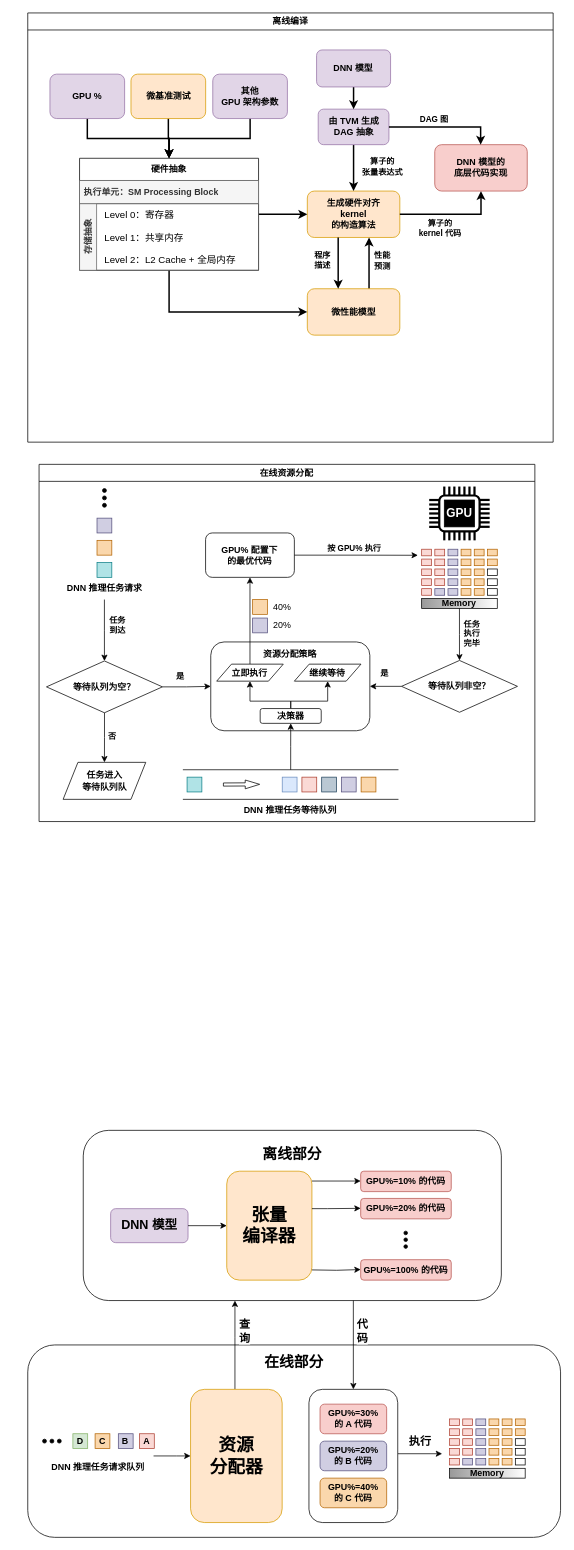
JiaminL/DrawIO keeps this draw.io diagram as Untitled Diagram.drawio. Above is the earlier version. Source tidied: cells renumbered, new cells numbered last; positions are measured from the earlier drawing's top-left corner, leaving out a move shared by most shapes. Both pictures are drawn from the tidied source at 74%, with x=0, y=0 at pixel (27, 13).
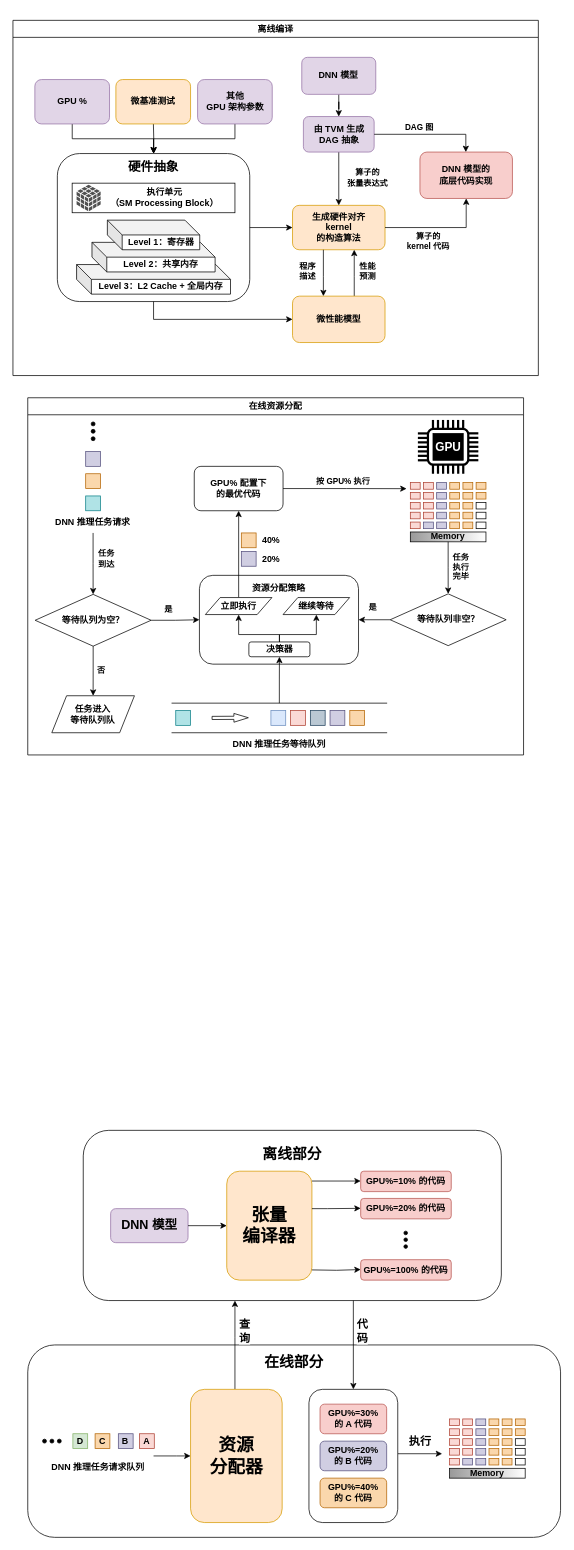
The same page after the edit.

The change refers to these unchanged cells:
```xml
<mxCell id="7" value="由 TVM 生成 &lt;br&gt;DAG 抽象" style="rounded=1;whiteSpace=wrap;html=1;fillColor=#e1d5e7;strokeColor=#9673a6;fontStyle=1;" parent="3" vertex="1">
  <mxGeometry x="392.5" y="130" width="95.6" height="48" as="geometry" />
</mxCell>
<mxCell id="10" value="微性能模型" style="rounded=1;whiteSpace=wrap;html=1;fillColor=#ffe6cc;strokeColor=#d79b00;fontStyle=1;" parent="3" vertex="1">
  <mxGeometry x="377.8" y="372.7" width="125" height="62.7" as="geometry" />
</mxCell>
<mxCell id="23" value="DNN 模型的&lt;br&gt;底层代码实现" style="whiteSpace=wrap;html=1;rounded=1;fillColor=#f8cecc;strokeColor=#b85450;fontStyle=1;" parent="3" vertex="1">
  <mxGeometry x="550" y="178" width="125" height="62.7" as="geometry" />
</mxCell>
<mxCell id="31" value="DNN 模型" style="rounded=1;whiteSpace=wrap;html=1;fillColor=#e1d5e7;strokeColor=#9673a6;fontStyle=1;" parent="3" vertex="1">
  <mxGeometry x="390.3" y="50" width="100" height="50" as="geometry" />
</mxCell>
```

What changed in the source:
```diff
@@
     <mxCell id="3" value="离线编译" style="swimlane;whiteSpace=wrap;html=1;fontStyle=1;" parent="1" vertex="1">
-      <mxGeometry width="710" height="580" as="geometry" />
+      <mxGeometry x="-20" y="10" width="710" height="480" as="geometry" />
     </mxCell>
     <mxCell id="4" value="生成硬件对齐&lt;br&gt;kernel &lt;br&gt;的构造算法" style="rounded=1;whiteSpace=wrap;html=1;fillColor=#ffe6cc;strokeColor=#d79b00;fontStyle=1;" parent="3" vertex="1">
-      <mxGeometry x="377.8" y="240.7" width="125" height="62.7" as="geometry" />
+      <mxGeometry x="377.8" y="250" width="125" height="60" as="geometry" />
     </mxCell>
-    <mxCell id="5" style="edgeStyle=orthogonalEdgeStyle;rounded=0;jettySize=auto;html=1;fontStyle=1;strokeWidth=2;" parent="3" edge="1" source="7" target="4">
+    <mxCell id="5" style="edgeStyle=orthogonalEdgeStyle;rounded=0;jettySize=auto;html=1;fontStyle=1;strokeWidth=1;" parent="3" edge="1" source="7" target="4">
       <mxGeometry relative="1" as="geometry" />
     </mxCell>
@@
-    <mxCell id="8" style="edgeStyle=orthogonalEdgeStyle;rounded=0;jettySize=auto;html=1;fontStyle=1;strokeWidth=2;" parent="3" edge="1" source="10" target="4">
+    <mxCell id="8" style="edgeStyle=orthogonalEdgeStyle;rounded=0;jettySize=auto;html=1;fontStyle=1;strokeWidth=1;" parent="3" edge="1" source="10" target="4">
       <mxGeometry relative="1" as="geometry">
         <Array as="points">
           <mxPoint x="461.2" y="345.9" />
           <mxPoint x="461.2" y="345.9" />
         </Array>
       </mxGeometry>
     </mxCell>
@@
-    <mxCell id="11" style="edgeStyle=orthogonalEdgeStyle;rounded=0;jettySize=auto;html=1;fontStyle=1;strokeWidth=2;" parent="3" edge="1" source="4" target="10">
+    <mxCell id="11" style="edgeStyle=orthogonalEdgeStyle;rounded=0;jettySize=auto;html=1;fontStyle=1;strokeWidth=1;" parent="3" edge="1" source="4" target="10">
       <mxGeometry relative="1" as="geometry">
         <Array as="points">
           <mxPoint x="419.5" y="345.9" />
           <mxPoint x="419.5" y="345.9" />
         </Array>
       </mxGeometry>
     </mxCell>
@@
-    <mxCell id="13" style="edgeStyle=orthogonalEdgeStyle;rounded=0;jettySize=auto;html=1;entryX=0;entryY=0.5;entryDx=0;entryDy=0;fontStyle=1;strokeWidth=2;" parent="3" edge="1" source="15" target="4">
-      <mxGeometry relative="1" as="geometry" />
-    </mxCell>
-    <mxCell id="14" style="edgeStyle=orthogonalEdgeStyle;rounded=0;jettySize=auto;html=1;entryX=0;entryY=0.5;entryDx=0;entryDy=0;fontStyle=1;strokeWidth=2;" parent="3" edge="1" source="15" target="10">
-      <mxGeometry relative="1" as="geometry">
-        <Array as="points">
-          <mxPoint x="190" y="404" />
-        </Array>
-      </mxGeometry>
-    </mxCell>
-    <mxCell id="15" value="硬件抽象" style="swimlane;fontStyle=1;horizontal=1;startSize=30;whiteSpace=wrap;html=1;" parent="3" vertex="1">
-      <mxGeometry x="70" y="196.4" width="241.9" height="151.4" as="geometry" />
-    </mxCell>
-    <mxCell id="16" value="执行单元：SM Processing Block" style="text;align=left;verticalAlign=middle;spacingLeft=4;spacingRight=4;overflow=hidden;whiteSpace=wrap;html=1;fontStyle=1;rounded=0;fillColor=#f5f5f5;fontColor=#333333;strokeColor=#666666;" parent="15" vertex="1">
-      <mxGeometry y="30" width="241.9" height="31.4" as="geometry" />
-    </mxCell>
-    <mxCell id="17" value="存储抽象" style="swimlane;horizontal=0;whiteSpace=wrap;html=1;fillColor=#f5f5f5;fontColor=#333333;strokeColor=#666666;fontStyle=1;" parent="15" vertex="1">
-      <mxGeometry y="61.4" width="241.9" height="90" as="geometry" />
-    </mxCell>
-    <mxCell id="18" value="&lt;span style=&quot;font-size: 13px;&quot;&gt;Level 0：寄存器&lt;br&gt;&lt;br&gt;Level 1：共享内存&lt;br&gt;&lt;br&gt;Level 2：L2 Cache + 全局内存&lt;br&gt;&lt;/span&gt;" style="text;html=1;align=left;verticalAlign=middle;strokeColor=none;fillColor=none;fontStyle=0;" parent="17" vertex="1">
-      <mxGeometry x="31.9" width="200" height="90" as="geometry" />
-    </mxCell>
-    <mxCell id="19" style="edgeStyle=orthogonalEdgeStyle;rounded=0;jettySize=auto;html=1;entryX=0.5;entryY=0;entryDx=0;entryDy=0;fontStyle=1;strokeWidth=2;" parent="3" edge="1" source="27" target="15">
-      <mxGeometry relative="1" as="geometry" />
-    </mxCell>
-    <mxCell id="20" style="edgeStyle=orthogonalEdgeStyle;rounded=0;jettySize=auto;html=1;entryX=0.5;entryY=0;entryDx=0;entryDy=0;fontStyle=1;strokeWidth=2;" parent="3" edge="1" source="28" target="15">
-      <mxGeometry relative="1" as="geometry" />
-    </mxCell>
-    <mxCell id="21" style="edgeStyle=orthogonalEdgeStyle;rounded=0;jettySize=auto;html=1;entryX=0.5;entryY=1;entryDx=0;entryDy=0;exitX=1;exitY=0.5;exitDx=0;exitDy=0;fontStyle=1;strokeWidth=2;" parent="3" edge="1" source="4" target="23">
+    <mxCell id="21" style="edgeStyle=orthogonalEdgeStyle;rounded=0;jettySize=auto;html=1;entryX=0.5;entryY=1;entryDx=0;entryDy=0;exitX=1;exitY=0.5;exitDx=0;exitDy=0;fontStyle=1;strokeWidth=1;" parent="3" edge="1" source="4" target="23">
       <mxGeometry relative="1" as="geometry" />
     </mxCell>
@@
-    <mxCell id="24" style="edgeStyle=orthogonalEdgeStyle;rounded=0;jettySize=auto;html=1;fontStyle=1;strokeWidth=2;" parent="3" edge="1" source="7" target="23">
+    <mxCell id="24" style="edgeStyle=orthogonalEdgeStyle;rounded=0;jettySize=auto;html=1;fontStyle=1;strokeWidth=1;" parent="3" edge="1" source="7" target="23">
       <mxGeometry relative="1" as="geometry">
         <Array as="points">
           <mxPoint x="612" y="154" />
         </Array>
       </mxGeometry>
     </mxCell>
@@
+    <mxCell id="19" style="edgeStyle=orthogonalEdgeStyle;rounded=0;jettySize=auto;html=1;strokeWidth=1;" parent="3" edge="1" source="27" target="15">
+      <mxGeometry relative="1" as="geometry" />
+    </mxCell>
+    <mxCell id="27" value="其他 &lt;br&gt;GPU 架构参数" style="rounded=1;whiteSpace=wrap;html=1;fillColor=#e1d5e7;strokeColor=#9673a6;fontStyle=1;" parent="3" vertex="1">
+      <mxGeometry x="249.5" y="80" width="100.9" height="60" as="geometry" />
+    </mxCell>
+    <mxCell id="210" style="edgeStyle=orthogonalEdgeStyle;rounded=0;orthogonalLoop=1;jettySize=auto;html=1;strokeWidth=1;entryX=0.5;entryY=0;entryDx=0;entryDy=0;" parent="3" edge="1">
+      <mxGeometry relative="1" as="geometry">
+        <mxPoint x="189.8" y="140" as="sourcePoint" />
+        <mxPoint x="190.2" y="180" as="targetPoint" />
+      </mxGeometry>
+    </mxCell>
+    <mxCell id="28" value="微基准测试" style="rounded=1;whiteSpace=wrap;html=1;fillColor=#ffe6cc;strokeColor=#d79b00;fontStyle=1;" parent="3" vertex="1">
+      <mxGeometry x="139.1" y="80" width="100.9" height="60" as="geometry" />
+    </mxCell>
-    <mxCell id="26" style="edgeStyle=orthogonalEdgeStyle;rounded=0;jettySize=auto;html=1;entryX=0.5;entryY=0;entryDx=0;entryDy=0;fontStyle=1;strokeWidth=2;" parent="3" edge="1" source="29" target="15">
+    <mxCell id="26" style="edgeStyle=orthogonalEdgeStyle;rounded=0;jettySize=auto;html=1;entryX=0.5;entryY=0;entryDx=0;entryDy=0;strokeWidth=1;" parent="3" edge="1" source="29" target="15">
       <mxGeometry relative="1" as="geometry" />
     </mxCell>
-    <mxCell id="27" value="其他 &lt;br&gt;GPU 架构参数" style="rounded=1;whiteSpace=wrap;html=1;fillColor=#e1d5e7;strokeColor=#9673a6;fontStyle=1;" parent="3" vertex="1">
-      <mxGeometry x="250" y="82.7" width="100.9" height="60" as="geometry" />
-    </mxCell>
-    <mxCell id="28" value="微基准测试" style="rounded=1;whiteSpace=wrap;html=1;fillColor=#ffe6cc;strokeColor=#d79b00;fontStyle=1;" parent="3" vertex="1">
-      <mxGeometry x="139.5" y="82.7" width="100.9" height="60" as="geometry" />
-    </mxCell>
     <mxCell id="29" value="GPU %" style="rounded=1;whiteSpace=wrap;html=1;fillColor=#e1d5e7;strokeColor=#9673a6;fontStyle=1;" parent="3" vertex="1">
-      <mxGeometry x="30" y="82.7" width="100.9" height="60" as="geometry" />
+      <mxGeometry x="29.6" y="80" width="100.9" height="60" as="geometry" />
     </mxCell>
-    <mxCell id="30" style="edgeStyle=orthogonalEdgeStyle;rounded=0;jettySize=auto;html=1;strokeWidth=2;fontStyle=1;" parent="3" edge="1" source="31" target="7">
+    <mxCell id="30" style="edgeStyle=orthogonalEdgeStyle;rounded=0;jettySize=auto;html=1;strokeWidth=1;fontStyle=1;" parent="3" edge="1" source="31" target="7">
       <mxGeometry relative="1" as="geometry" />
     </mxCell>
@@
+    <mxCell id="211" style="group;fontStyle=1;" parent="3" vertex="1">
+      <mxGeometry x="60" y="180" width="260" height="200" as="geometry" />
+    </mxCell>
+    <mxCell id="15" value="&lt;span&gt;&lt;font style=&quot;font-size: 17px;&quot;&gt;硬件抽象&lt;br&gt;&lt;br&gt;&lt;br&gt;&lt;br&gt;&lt;br&gt;&lt;br&gt;&lt;br&gt;&lt;br&gt;&lt;br&gt;&lt;/font&gt;&lt;/span&gt;" style="rounded=1;whiteSpace=wrap;html=1;fontStyle=1;" parent="211" vertex="1">
+      <mxGeometry width="260" height="200" as="geometry" />
+    </mxCell>
+    <mxCell id="212" style="rounded=0;whiteSpace=wrap;html=1;fontStyle=1;" parent="211" vertex="1">
+      <mxGeometry x="20" y="40" width="220" height="40" as="geometry" />
+    </mxCell>
+    <mxCell id="213" style="group;fontStyle=1;" parent="211" vertex="1">
+      <mxGeometry x="26" y="90" width="208" height="100" as="geometry" />
+    </mxCell>
+    <mxCell id="214" value="Level 3：L2 Cache + 全局内存" style="shape=cube;whiteSpace=wrap;html=1;boundedLbl=1;backgroundOutline=1;darkOpacity=0.05;darkOpacity2=0.1;fontStyle=1;" parent="213" vertex="1">
+      <mxGeometry y="60" width="208" height="40" as="geometry" />
+    </mxCell>
+    <mxCell id="215" value="Level 2：共享内存" style="shape=cube;whiteSpace=wrap;html=1;boundedLbl=1;backgroundOutline=1;darkOpacity=0.05;darkOpacity2=0.1;fontStyle=1;" parent="213" vertex="1">
+      <mxGeometry x="20.8" y="30" width="166.4" height="40" as="geometry" />
+    </mxCell>
+    <mxCell id="216" value="Level 1：寄存器" style="shape=cube;whiteSpace=wrap;html=1;boundedLbl=1;backgroundOutline=1;darkOpacity=0.05;darkOpacity2=0.1;fontStyle=1;" parent="213" vertex="1">
+      <mxGeometry x="41.6" width="124.8" height="40" as="geometry" />
+    </mxCell>
+    <mxCell id="217" style="sketch=0;shadow=0;dashed=0;html=1;strokeColor=none;fillColor=#505050;labelPosition=center;verticalLabelPosition=bottom;verticalAlign=top;align=center;shape=mxgraph.office.databases.database_cube;" parent="211" vertex="1">
+      <mxGeometry x="26" y="42" width="32.5" height="36" as="geometry" />
+    </mxCell>
+    <mxCell id="218" value="&lt;b&gt;执行单元&lt;br style=&quot;border-color: var(--border-color);&quot;&gt;（SM Processing Block）&lt;/b&gt;" style="text;html=1;strokeColor=none;fillColor=none;align=center;verticalAlign=middle;whiteSpace=wrap;rounded=0;" parent="211" vertex="1">
+      <mxGeometry x="60" y="45" width="170" height="30" as="geometry" />
+    </mxCell>
+    <mxCell id="14" style="edgeStyle=orthogonalEdgeStyle;rounded=0;jettySize=auto;html=1;entryX=0;entryY=0.5;entryDx=0;entryDy=0;fontStyle=1;strokeWidth=1;" parent="3" edge="1" source="15" target="10">
+      <mxGeometry relative="1" as="geometry">
+        <Array as="points">
+          <mxPoint x="190" y="404" />
+        </Array>
+      </mxGeometry>
+    </mxCell>
+    <mxCell id="13" style="edgeStyle=orthogonalEdgeStyle;rounded=0;jettySize=auto;html=1;strokeWidth=1;" parent="3" edge="1" source="15" target="4">
+      <mxGeometry relative="1" as="geometry" />
+    </mxCell>
     <mxCell id="32" value="在线资源分配" style="swimlane;whiteSpace=wrap;html=1;fontStyle=1;" parent="1" vertex="1">
-      <mxGeometry x="15.3" y="610" width="670" height="482.7" as="geometry" />
+      <mxGeometry y="520" width="670" height="482.7" as="geometry" />
     </mxCell>
@@
-    <mxCell id="140" value="40%" style="text;html=1;strokeColor=none;fillColor=none;align=center;verticalAlign=middle;whiteSpace=wrap;rounded=0;" parent="32" vertex="1">
+    <mxCell id="140" value="40%" style="text;html=1;strokeColor=none;fillColor=none;align=center;verticalAlign=middle;whiteSpace=wrap;rounded=0;fontStyle=1;" parent="32" vertex="1">
       <mxGeometry x="298.8" y="177.7" width="60" height="30" as="geometry" />
     </mxCell>
@@
-    <mxCell id="142" value="20%" style="text;html=1;strokeColor=none;fillColor=none;align=center;verticalAlign=middle;whiteSpace=wrap;rounded=0;" parent="32" vertex="1">
+    <mxCell id="142" value="20%" style="text;html=1;strokeColor=none;fillColor=none;align=center;verticalAlign=middle;whiteSpace=wrap;rounded=0;fontStyle=1;" parent="32" vertex="1">
       <mxGeometry x="298.8" y="202.7" width="60" height="30" as="geometry" />
     </mxCell>
```
